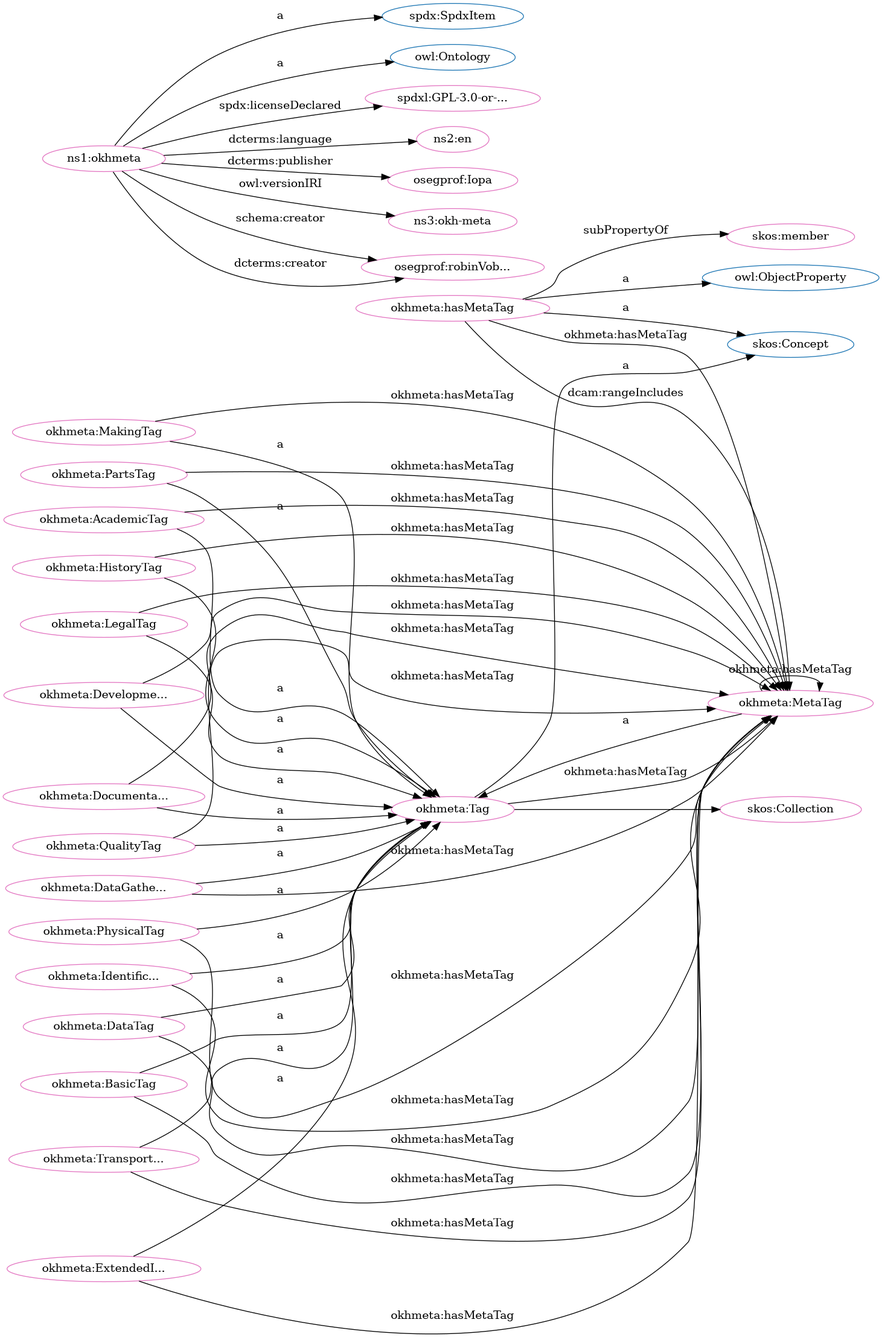
Earlier version of the Graphviz export src/spec/dot_okh-meta.png (iop-alliance/OpenKnowHow). Its source is kept beside it as src/spec/dot_okh-meta.dot.
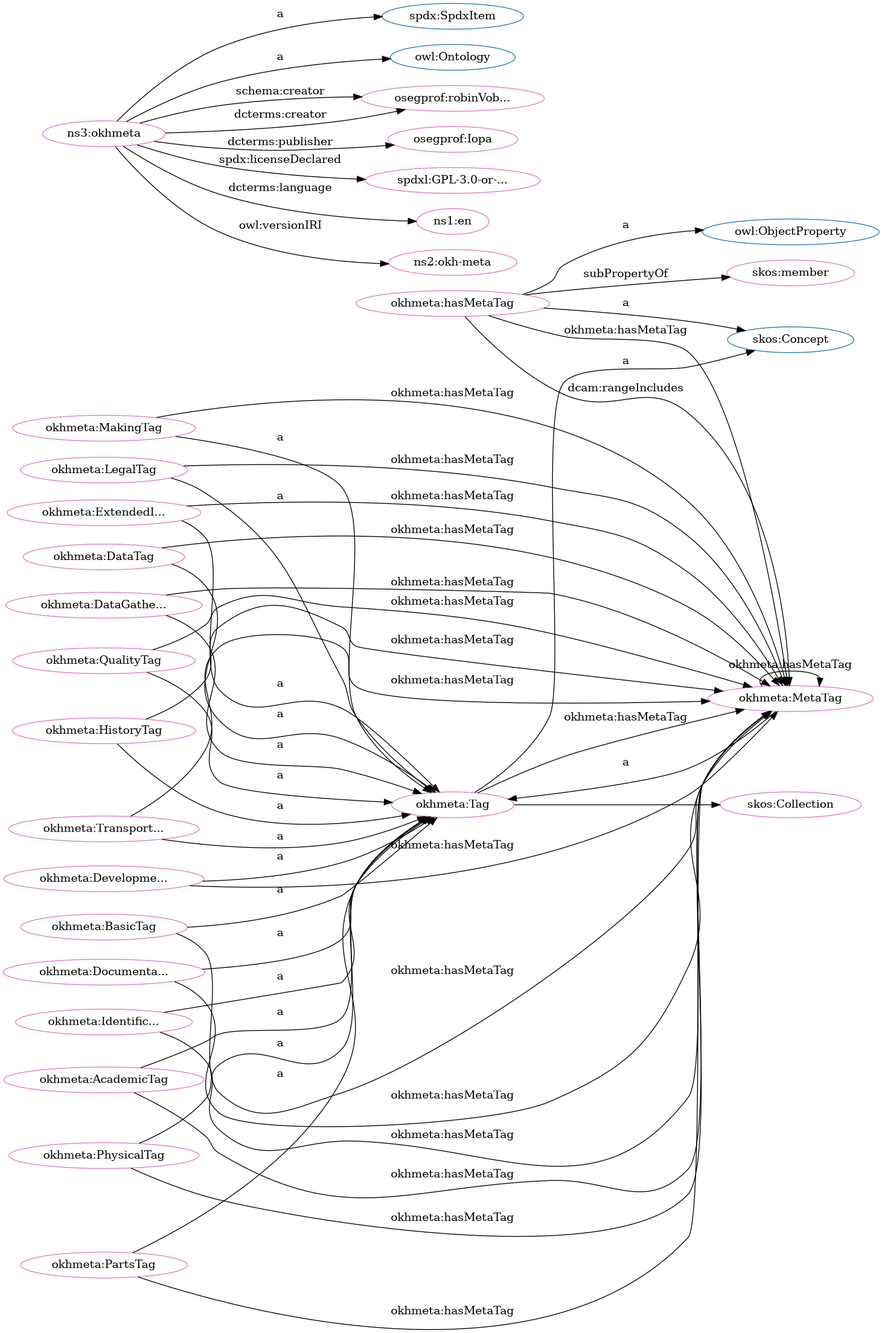
After the change.

Change to the diagram source:
```diff
@@ -3,82 +3,82 @@
   node[height=.3]
 "http://www.w3.org/2004/02/skos/core#Collection" [fillcolor="#1f77b4" color="#1f77b4" label="skos:Collection"]
 "http://spdx.org/rdf/terms#SpdxItem" [fillcolor="#1f77b4" color="#1f77b4" label="spdx:SpdxItem"]
+"http://www.w3.org/2002/07/owl#ObjectProperty" [fillcolor="#1f77b4" color="#1f77b4" label="owl:ObjectProperty"]
+"http://www.w3.org/2004/02/skos/core#Concept" [fillcolor="#1f77b4" color="#1f77b4" label="skos:Concept"]
 "http://w3id.org/oseg/ont/okhmeta#Tag" [fillcolor="#1f77b4" color="#1f77b4" label="okhmeta:Tag"]
-"http://www.w3.org/2004/02/skos/core#Concept" [fillcolor="#1f77b4" color="#1f77b4" label="skos:Concept"]
-"http://www.w3.org/2002/07/owl#ObjectProperty" [fillcolor="#1f77b4" color="#1f77b4" label="owl:ObjectProperty"]
 "http://www.w3.org/2002/07/owl#Ontology" [fillcolor="#1f77b4" color="#1f77b4" label="owl:Ontology"]
-"http://spdx.org/licenses/GPL-3.0-or-later" [fillcolor="#e377c2" color="#e377c2" label="spdxl:GPL-3.0-or-..."]
-"http://w3id.org/oseg/ont/okhmeta" [fillcolor="#e377c2" color="#e377c2" label="ns1:okhmeta"]
-"http://www.w3.org/2004/02/skos/core#member" [fillcolor="#e377c2" color="#e377c2" label="skos:member"]
-"http://w3id.org/oseg/ont/okhmeta#IdentificationTag" [fillcolor="#e377c2" color="#e377c2" label="okhmeta:Identific..."]
 "http://w3id.org/oseg/ont/okhmeta#MetaTag" [fillcolor="#e377c2" color="#e377c2" label="okhmeta:MetaTag"]
-"http://w3id.org/oseg/ont/okhmeta#AcademicTag" [fillcolor="#e377c2" color="#e377c2" label="okhmeta:AcademicTag"]
-"http://w3id.org/oseg/ont/okhmeta#MakingTag" [fillcolor="#e377c2" color="#e377c2" label="okhmeta:MakingTag"]
-"http://w3id.org/oseg/ont/okhmeta#PhysicalTag" [fillcolor="#e377c2" color="#e377c2" label="okhmeta:PhysicalTag"]
-"http://w3id.org/oseg/ont/okhmeta#DevelopmentTag" [fillcolor="#e377c2" color="#e377c2" label="okhmeta:Developme..."]
-"http://id.loc.gov/vocabulary/iso639-1/en" [fillcolor="#e377c2" color="#e377c2" label="ns2:en"]
-"http://w3id.org/oseg/ont/okhmeta#hasMetaTag" [fillcolor="#e377c2" color="#e377c2" label="okhmeta:hasMetaTag"]
-"http://w3id.org/oseg/ont/okhmeta#PartsTag" [fillcolor="#e377c2" color="#e377c2" label="okhmeta:PartsTag"]
-"http://w3id.org/oseg/ont/okhmeta#TransportationTag" [fillcolor="#e377c2" color="#e377c2" label="okhmeta:Transport..."]
+"http://w3id.org/oseg/ont/oseg-profiles#robinVobruba" [fillcolor="#e377c2" color="#e377c2" label="osegprof:robinVob..."]
 "http://w3id.org/oseg/ont/okhmeta#DataGatheringTag" [fillcolor="#e377c2" color="#e377c2" label="okhmeta:DataGathe..."]
 "http://w3id.org/oseg/ont/okhmeta#Tag" [fillcolor="#e377c2" color="#e377c2" label="okhmeta:Tag"]
 "http://w3id.org/oseg/ont/oseg-profiles#Iopa" [fillcolor="#e377c2" color="#e377c2" label="osegprof:Iopa"]
+"http://w3id.org/oseg/ont/okhmeta#AcademicTag" [fillcolor="#e377c2" color="#e377c2" label="okhmeta:AcademicTag"]
+"http://www.w3.org/2004/02/skos/core#Collection" [fillcolor="#e377c2" color="#e377c2" label="skos:Collection"]
+"http://w3id.org/oseg/ont/okhmeta#MakingTag" [fillcolor="#e377c2" color="#e377c2" label="okhmeta:MakingTag"]
+"http://w3id.org/oseg/ont/okhmeta#BasicTag" [fillcolor="#e377c2" color="#e377c2" label="okhmeta:BasicTag"]
+"http://w3id.org/oseg/ont/okhmeta#IdentificationTag" [fillcolor="#e377c2" color="#e377c2" label="okhmeta:Identific..."]
+"http://spdx.org/licenses/GPL-3.0-or-later" [fillcolor="#e377c2" color="#e377c2" label="spdxl:GPL-3.0-or-..."]
+"http://www.w3.org/2004/02/skos/core#member" [fillcolor="#e377c2" color="#e377c2" label="skos:member"]
+"http://id.loc.gov/vocabulary/iso639-1/en" [fillcolor="#e377c2" color="#e377c2" label="ns1:en"]
+"http://w3id.org/oseg/ont/okhmeta#LegalTag" [fillcolor="#e377c2" color="#e377c2" label="okhmeta:LegalTag"]
 "http://w3id.org/oseg/ont/okhmeta#ExtendedInfoTag" [fillcolor="#e377c2" color="#e377c2" label="okhmeta:ExtendedI..."]
-"http://w3id.org/oseg/ont/1.1.0/okh-meta" [fillcolor="#e377c2" color="#e377c2" label="ns3:okh-meta"]
+"http://w3id.org/oseg/ont/okhmeta#hasMetaTag" [fillcolor="#e377c2" color="#e377c2" label="okhmeta:hasMetaTag"]
+"http://w3id.org/oseg/ont/okhmeta#DevelopmentTag" [fillcolor="#e377c2" color="#e377c2" label="okhmeta:Developme..."]
+"http://w3id.org/oseg/ont/1.1.0/okh-meta" [fillcolor="#e377c2" color="#e377c2" label="ns2:okh-meta"]
+"http://w3id.org/oseg/ont/okhmeta#PartsTag" [fillcolor="#e377c2" color="#e377c2" label="okhmeta:PartsTag"]
+"http://w3id.org/oseg/ont/okhmeta#HistoryTag" [fillcolor="#e377c2" color="#e377c2" label="okhmeta:HistoryTag"]
+"http://w3id.org/oseg/ont/okhmeta#PhysicalTag" [fillcolor="#e377c2" color="#e377c2" label="okhmeta:PhysicalTag"]
+"http://w3id.org/oseg/ont/okhmeta#TransportationTag" [fillcolor="#e377c2" color="#e377c2" label="okhmeta:Transport..."]
 "http://w3id.org/oseg/ont/okhmeta#DocumentationTag" [fillcolor="#e377c2" color="#e377c2" label="okhmeta:Documenta..."]
-"http://w3id.org/oseg/ont/okhmeta#BasicTag" [fillcolor="#e377c2" color="#e377c2" label="okhmeta:BasicTag"]
-"http://w3id.org/oseg/ont/oseg-profiles#robinVobruba" [fillcolor="#e377c2" color="#e377c2" label="osegprof:robinVob..."]
-"http://www.w3.org/2004/02/skos/core#Collection" [fillcolor="#e377c2" color="#e377c2" label="skos:Collection"]
 "http://w3id.org/oseg/ont/okhmeta#QualityTag" [fillcolor="#e377c2" color="#e377c2" label="okhmeta:QualityTag"]
-"http://w3id.org/oseg/ont/okhmeta#LegalTag" [fillcolor="#e377c2" color="#e377c2" label="okhmeta:LegalTag"]
+"http://w3id.org/oseg/ont/okhmeta" [fillcolor="#e377c2" color="#e377c2" label="ns3:okhmeta"]
 "http://w3id.org/oseg/ont/okhmeta#DataTag" [fillcolor="#e377c2" color="#e377c2" label="okhmeta:DataTag"]
-"http://w3id.org/oseg/ont/okhmeta#HistoryTag" [fillcolor="#e377c2" color="#e377c2" label="okhmeta:HistoryTag"]
+  "http://w3id.org/oseg/ont/okhmeta#QualityTag" -> "http://w3id.org/oseg/ont/okhmeta#MetaTag" [label="okhmeta:hasMetaTag"]
+  "http://w3id.org/oseg/ont/okhmeta#Tag" -> "http://www.w3.org/2004/02/skos/core#Concept" [label="a"]
+  "http://w3id.org/oseg/ont/okhmeta#AcademicTag" -> "http://w3id.org/oseg/ont/okhmeta#Tag" [label="a"]
+  "http://w3id.org/oseg/ont/okhmeta#Tag" -> "http://www.w3.org/2004/02/skos/core#Collection" [label=""]
+  "http://w3id.org/oseg/ont/okhmeta#MakingTag" -> "http://w3id.org/oseg/ont/okhmeta#Tag" [label="a"]
+  "http://w3id.org/oseg/ont/okhmeta#hasMetaTag" -> "http://w3id.org/oseg/ont/okhmeta#MetaTag" [label="okhmeta:hasMetaTag"]
+  "http://w3id.org/oseg/ont/okhmeta#IdentificationTag" -> "http://w3id.org/oseg/ont/okhmeta#Tag" [label="a"]
+  "http://w3id.org/oseg/ont/okhmeta#PhysicalTag" -> "http://w3id.org/oseg/ont/okhmeta#MetaTag" [label="okhmeta:hasMetaTag"]
+  "http://w3id.org/oseg/ont/okhmeta#hasMetaTag" -> "http://www.w3.org/2004/02/skos/core#member" [label="subPropertyOf"]
+  "http://w3id.org/oseg/ont/okhmeta#LegalTag" -> "http://w3id.org/oseg/ont/okhmeta#Tag" [label="a"]
+  "http://w3id.org/oseg/ont/okhmeta#ExtendedInfoTag" -> "http://w3id.org/oseg/ont/okhmeta#Tag" [label="a"]
+  "http://w3id.org/oseg/ont/okhmeta#hasMetaTag" -> "http://www.w3.org/2002/07/owl#ObjectProperty" [label="a"]
+  "http://w3id.org/oseg/ont/okhmeta#DevelopmentTag" -> "http://w3id.org/oseg/ont/okhmeta#Tag" [label="a"]
+  "http://w3id.org/oseg/ont/okhmeta" -> "http://w3id.org/oseg/ont/1.1.0/okh-meta" [label="owl:versionIRI"]
+  "http://w3id.org/oseg/ont/okhmeta#DataTag" -> "http://w3id.org/oseg/ont/okhmeta#MetaTag" [label="okhmeta:hasMetaTag"]
+  "http://w3id.org/oseg/ont/okhmeta#MetaTag" -> "http://w3id.org/oseg/ont/okhmeta#Tag" [label="a"]
+  "http://w3id.org/oseg/ont/okhmeta#PartsTag" -> "http://w3id.org/oseg/ont/okhmeta#Tag" [label="a"]
+  "http://w3id.org/oseg/ont/okhmeta#MetaTag" -> "http://w3id.org/oseg/ont/okhmeta#MetaTag" [label="okhmeta:hasMetaTag"]
+  "http://w3id.org/oseg/ont/okhmeta#PartsTag" -> "http://w3id.org/oseg/ont/okhmeta#MetaTag" [label="okhmeta:hasMetaTag"]
+  "http://w3id.org/oseg/ont/okhmeta#TransportationTag" -> "http://w3id.org/oseg/ont/okhmeta#Tag" [label="a"]
+  "http://w3id.org/oseg/ont/okhmeta#QualityTag" -> "http://w3id.org/oseg/ont/okhmeta#Tag" [label="a"]
+  "http://w3id.org/oseg/ont/okhmeta" -> "http://spdx.org/rdf/terms#SpdxItem" [label="a"]
+  "http://w3id.org/oseg/ont/okhmeta#LegalTag" -> "http://w3id.org/oseg/ont/okhmeta#MetaTag" [label="okhmeta:hasMetaTag"]
+  "http://w3id.org/oseg/ont/okhmeta#DocumentationTag" -> "http://w3id.org/oseg/ont/okhmeta#MetaTag" [label="okhmeta:hasMetaTag"]
+  "http://w3id.org/oseg/ont/okhmeta" -> "http://w3id.org/oseg/ont/oseg-profiles#robinVobruba" [label="schema:creator"]
+  "http://w3id.org/oseg/ont/okhmeta#DataGatheringTag" -> "http://w3id.org/oseg/ont/okhmeta#Tag" [label="a"]
+  "http://w3id.org/oseg/ont/okhmeta#DevelopmentTag" -> "http://w3id.org/oseg/ont/okhmeta#MetaTag" [label="okhmeta:hasMetaTag"]
+  "http://w3id.org/oseg/ont/okhmeta#Tag" -> "http://w3id.org/oseg/ont/okhmeta#MetaTag" [label="okhmeta:hasMetaTag"]
+  "http://w3id.org/oseg/ont/okhmeta" -> "http://w3id.org/oseg/ont/oseg-profiles#Iopa" [label="dcterms:publisher"]
+  "http://w3id.org/oseg/ont/okhmeta#BasicTag" -> "http://w3id.org/oseg/ont/okhmeta#Tag" [label="a"]
   "http://w3id.org/oseg/ont/okhmeta" -> "http://spdx.org/licenses/GPL-3.0-or-later" [label="spdx:licenseDeclared"]
-  "http://w3id.org/oseg/ont/okhmeta#DocumentationTag" -> "http://w3id.org/oseg/ont/okhmeta#MetaTag" [label="okhmeta:hasMetaTag"]
-  "http://w3id.org/oseg/ont/okhmeta#MakingTag" -> "http://w3id.org/oseg/ont/okhmeta#Tag" [label="a"]
-  "http://w3id.org/oseg/ont/okhmeta#LegalTag" -> "http://w3id.org/oseg/ont/okhmeta#MetaTag" [label="okhmeta:hasMetaTag"]
-  "http://w3id.org/oseg/ont/okhmeta#hasMetaTag" -> "http://w3id.org/oseg/ont/okhmeta#MetaTag" [label="okhmeta:hasMetaTag"]
-  "http://w3id.org/oseg/ont/okhmeta#DevelopmentTag" -> "http://w3id.org/oseg/ont/okhmeta#MetaTag" [label="okhmeta:hasMetaTag"]
-  "http://w3id.org/oseg/ont/okhmeta#PartsTag" -> "http://w3id.org/oseg/ont/okhmeta#Tag" [label="a"]
-  "http://w3id.org/oseg/ont/okhmeta#DataTag" -> "http://w3id.org/oseg/ont/okhmeta#MetaTag" [label="okhmeta:hasMetaTag"]
+  "http://w3id.org/oseg/ont/okhmeta#BasicTag" -> "http://w3id.org/oseg/ont/okhmeta#MetaTag" [label="okhmeta:hasMetaTag"]
+  "http://w3id.org/oseg/ont/okhmeta" -> "http://id.loc.gov/vocabulary/iso639-1/en" [label="dcterms:language"]
+  "http://w3id.org/oseg/ont/okhmeta#AcademicTag" -> "http://w3id.org/oseg/ont/okhmeta#MetaTag" [label="okhmeta:hasMetaTag"]
+  "http://w3id.org/oseg/ont/okhmeta#MakingTag" -> "http://w3id.org/oseg/ont/okhmeta#MetaTag" [label="okhmeta:hasMetaTag"]
+  "http://w3id.org/oseg/ont/okhmeta#IdentificationTag" -> "http://w3id.org/oseg/ont/okhmeta#MetaTag" [label="okhmeta:hasMetaTag"]
+  "http://w3id.org/oseg/ont/okhmeta" -> "http://w3id.org/oseg/ont/oseg-profiles#robinVobruba" [label="dcterms:creator"]
+  "http://w3id.org/oseg/ont/okhmeta#ExtendedInfoTag" -> "http://w3id.org/oseg/ont/okhmeta#MetaTag" [label="okhmeta:hasMetaTag"]
+  "http://w3id.org/oseg/ont/okhmeta#hasMetaTag" -> "http://www.w3.org/2004/02/skos/core#Concept" [label="a"]
+  "http://w3id.org/oseg/ont/okhmeta#HistoryTag" -> "http://w3id.org/oseg/ont/okhmeta#Tag" [label="a"]
+  "http://w3id.org/oseg/ont/okhmeta#PhysicalTag" -> "http://w3id.org/oseg/ont/okhmeta#Tag" [label="a"]
+  "http://w3id.org/oseg/ont/okhmeta#DataGatheringTag" -> "http://w3id.org/oseg/ont/okhmeta#MetaTag" [label="okhmeta:hasMetaTag"]
+  "http://w3id.org/oseg/ont/okhmeta#DocumentationTag" -> "http://w3id.org/oseg/ont/okhmeta#Tag" [label="a"]
   "http://w3id.org/oseg/ont/okhmeta#HistoryTag" -> "http://w3id.org/oseg/ont/okhmeta#MetaTag" [label="okhmeta:hasMetaTag"]
-  "http://w3id.org/oseg/ont/okhmeta#Tag" -> "http://www.w3.org/2004/02/skos/core#Concept" [label="a"]
-  "http://w3id.org/oseg/ont/okhmeta#ExtendedInfoTag" -> "http://w3id.org/oseg/ont/okhmeta#MetaTag" [label="okhmeta:hasMetaTag"]
-  "http://w3id.org/oseg/ont/okhmeta#BasicTag" -> "http://w3id.org/oseg/ont/okhmeta#Tag" [label="a"]
-  "http://w3id.org/oseg/ont/okhmeta" -> "http://w3id.org/oseg/ont/oseg-profiles#robinVobruba" [label="schema:creator"]
+  "http://w3id.org/oseg/ont/okhmeta" -> "http://www.w3.org/2002/07/owl#Ontology" [label="a"]
   "http://w3id.org/oseg/ont/okhmeta#hasMetaTag" -> "http://w3id.org/oseg/ont/okhmeta#MetaTag" [label="dcam:rangeIncludes"]
-  "http://w3id.org/oseg/ont/okhmeta#MetaTag" -> "http://w3id.org/oseg/ont/okhmeta#Tag" [label="a"]
-  "http://w3id.org/oseg/ont/okhmeta#QualityTag" -> "http://w3id.org/oseg/ont/okhmeta#Tag" [label="a"]
+  "http://w3id.org/oseg/ont/okhmeta#TransportationTag" -> "http://w3id.org/oseg/ont/okhmeta#MetaTag" [label="okhmeta:hasMetaTag"]
   "http://w3id.org/oseg/ont/okhmeta#DataTag" -> "http://w3id.org/oseg/ont/okhmeta#Tag" [label="a"]
-  "http://w3id.org/oseg/ont/okhmeta#hasMetaTag" -> "http://www.w3.org/2002/07/owl#ObjectProperty" [label="a"]
-  "http://w3id.org/oseg/ont/okhmeta#PartsTag" -> "http://w3id.org/oseg/ont/okhmeta#MetaTag" [label="okhmeta:hasMetaTag"]
-  "http://w3id.org/oseg/ont/okhmeta" -> "http://www.w3.org/2002/07/owl#Ontology" [label="a"]
-  "http://w3id.org/oseg/ont/okhmeta#hasMetaTag" -> "http://www.w3.org/2004/02/skos/core#member" [label="subPropertyOf"]
-  "http://w3id.org/oseg/ont/okhmeta#IdentificationTag" -> "http://w3id.org/oseg/ont/okhmeta#Tag" [label="a"]
-  "http://w3id.org/oseg/ont/okhmeta#TransportationTag" -> "http://w3id.org/oseg/ont/okhmeta#MetaTag" [label="okhmeta:hasMetaTag"]
-  "http://w3id.org/oseg/ont/okhmeta#DataGatheringTag" -> "http://w3id.org/oseg/ont/okhmeta#MetaTag" [label="okhmeta:hasMetaTag"]
-  "http://w3id.org/oseg/ont/okhmeta" -> "http://spdx.org/rdf/terms#SpdxItem" [label="a"]
-  "http://w3id.org/oseg/ont/okhmeta#BasicTag" -> "http://w3id.org/oseg/ont/okhmeta#MetaTag" [label="okhmeta:hasMetaTag"]
-  "http://w3id.org/oseg/ont/okhmeta#AcademicTag" -> "http://w3id.org/oseg/ont/okhmeta#Tag" [label="a"]
-  "http://w3id.org/oseg/ont/okhmeta#PhysicalTag" -> "http://w3id.org/oseg/ont/okhmeta#Tag" [label="a"]
-  "http://w3id.org/oseg/ont/okhmeta#DevelopmentTag" -> "http://w3id.org/oseg/ont/okhmeta#Tag" [label="a"]
-  "http://w3id.org/oseg/ont/okhmeta" -> "http://id.loc.gov/vocabulary/iso639-1/en" [label="dcterms:language"]
-  "http://w3id.org/oseg/ont/okhmeta#hasMetaTag" -> "http://www.w3.org/2004/02/skos/core#Concept" [label="a"]
-  "http://w3id.org/oseg/ont/okhmeta#TransportationTag" -> "http://w3id.org/oseg/ont/okhmeta#Tag" [label="a"]
-  "http://w3id.org/oseg/ont/okhmeta#Tag" -> "http://w3id.org/oseg/ont/okhmeta#MetaTag" [label="okhmeta:hasMetaTag"]
-  "http://w3id.org/oseg/ont/okhmeta#DataGatheringTag" -> "http://w3id.org/oseg/ont/okhmeta#Tag" [label="a"]
-  "http://w3id.org/oseg/ont/okhmeta#IdentificationTag" -> "http://w3id.org/oseg/ont/okhmeta#MetaTag" [label="okhmeta:hasMetaTag"]
-  "http://w3id.org/oseg/ont/okhmeta" -> "http://w3id.org/oseg/ont/oseg-profiles#Iopa" [label="dcterms:publisher"]
-  "http://w3id.org/oseg/ont/okhmeta#ExtendedInfoTag" -> "http://w3id.org/oseg/ont/okhmeta#Tag" [label="a"]
-  "http://w3id.org/oseg/ont/okhmeta" -> "http://w3id.org/oseg/ont/1.1.0/okh-meta" [label="owl:versionIRI"]
-  "http://w3id.org/oseg/ont/okhmeta#DocumentationTag" -> "http://w3id.org/oseg/ont/okhmeta#Tag" [label="a"]
-  "http://w3id.org/oseg/ont/okhmeta#AcademicTag" -> "http://w3id.org/oseg/ont/okhmeta#MetaTag" [label="okhmeta:hasMetaTag"]
-  "http://w3id.org/oseg/ont/okhmeta" -> "http://w3id.org/oseg/ont/oseg-profiles#robinVobruba" [label="dcterms:creator"]
-  "http://w3id.org/oseg/ont/okhmeta#Tag" -> "http://www.w3.org/2004/02/skos/core#Collection" [label=""]
-  "http://w3id.org/oseg/ont/okhmeta#PhysicalTag" -> "http://w3id.org/oseg/ont/okhmeta#MetaTag" [label="okhmeta:hasMetaTag"]
-  "http://w3id.org/oseg/ont/okhmeta#LegalTag" -> "http://w3id.org/oseg/ont/okhmeta#Tag" [label="a"]
-  "http://w3id.org/oseg/ont/okhmeta#MetaTag" -> "http://w3id.org/oseg/ont/okhmeta#MetaTag" [label="okhmeta:hasMetaTag"]
-  "http://w3id.org/oseg/ont/okhmeta#MakingTag" -> "http://w3id.org/oseg/ont/okhmeta#MetaTag" [label="okhmeta:hasMetaTag"]
-  "http://w3id.org/oseg/ont/okhmeta#QualityTag" -> "http://w3id.org/oseg/ont/okhmeta#MetaTag" [label="okhmeta:hasMetaTag"]
-  "http://w3id.org/oseg/ont/okhmeta#HistoryTag" -> "http://w3id.org/oseg/ont/okhmeta#Tag" [label="a"]
 }
```
